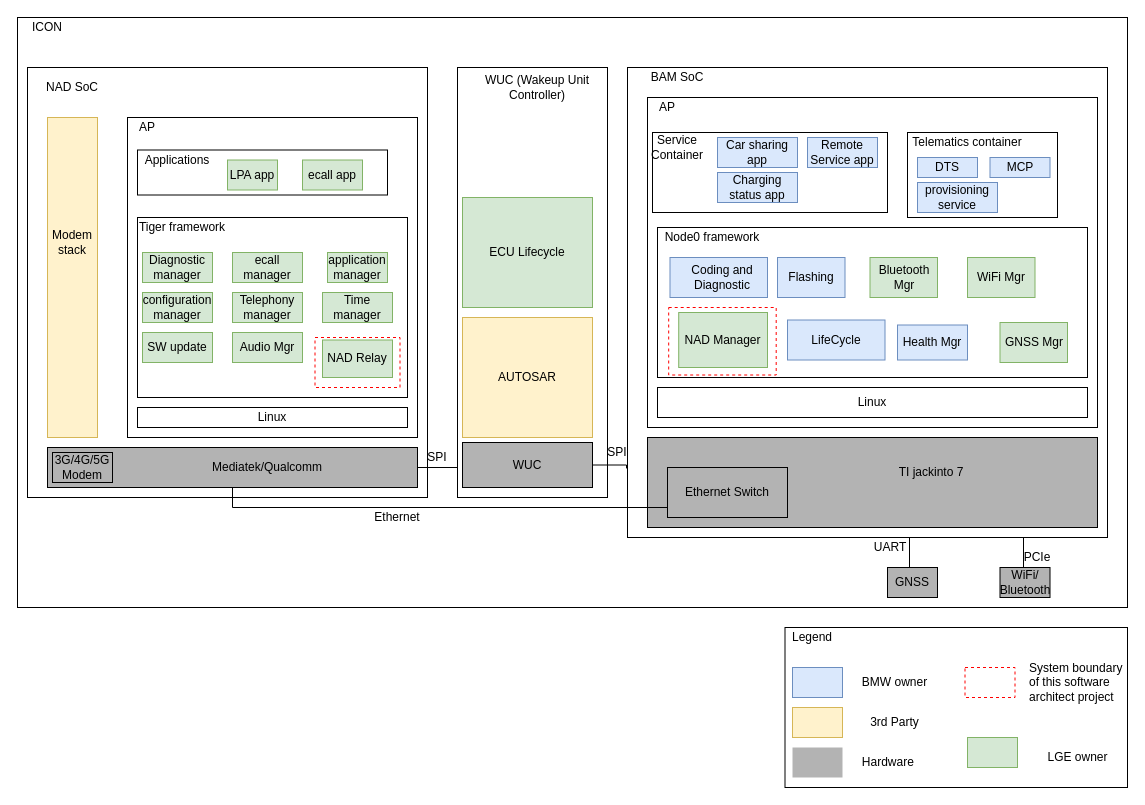
Above: page "System_overview" (1 of 5) of doc/SA cert/Design/system_context.drawio in taikt/codefun (draw.io), before the change. Source tidied: cells renumbered, new cells numbered last; positions are measured from the earlier drawing's top-left corner, leaving out a move shared by most shapes. Both pictures are drawn from the tidied source at 100%, with x=0, y=0 at pixel (17, 17).
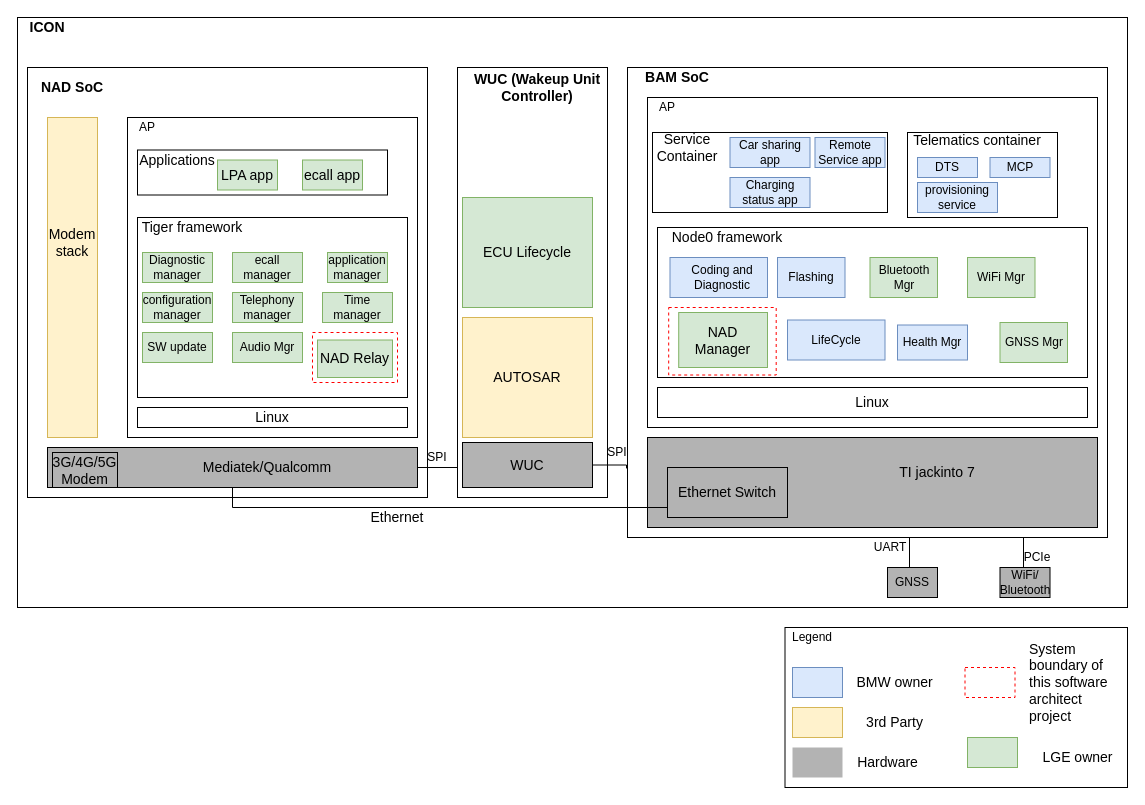
After the change.

Change to the diagram source:
```diff
@@
-    <mxCell id="4" value="NAD SoC" style="text;html=1;strokeColor=none;fillColor=none;align=center;verticalAlign=middle;whiteSpace=wrap;rounded=0;" parent="1" vertex="1">
+    <mxCell id="4" value="&lt;font style=&quot;font-size: 14px&quot;&gt;&lt;b&gt;NAD SoC&lt;/b&gt;&lt;/font&gt;" style="text;html=1;strokeColor=none;fillColor=none;align=center;verticalAlign=middle;whiteSpace=wrap;rounded=0;" parent="1" vertex="1">
       <mxGeometry x="20" y="60" width="70" height="20" as="geometry" />
     </mxCell>
@@
-    <mxCell id="6" value="WUC (Wakeup Unit Controller)" style="text;html=1;strokeColor=none;fillColor=none;align=center;verticalAlign=middle;whiteSpace=wrap;rounded=0;" parent="1" vertex="1">
+    <mxCell id="6" value="&lt;font style=&quot;font-size: 14px&quot;&gt;&lt;b&gt;WUC (Wakeup Unit Controller)&lt;/b&gt;&lt;/font&gt;" style="text;html=1;strokeColor=none;fillColor=none;align=center;verticalAlign=middle;whiteSpace=wrap;rounded=0;" parent="1" vertex="1">
       <mxGeometry x="450" y="60" width="140" height="20" as="geometry" />
     </mxCell>
@@
-    <mxCell id="8" value="BAM SoC" style="text;html=1;strokeColor=none;fillColor=none;align=center;verticalAlign=middle;whiteSpace=wrap;rounded=0;" parent="1" vertex="1">
+    <mxCell id="8" value="&lt;font style=&quot;font-size: 14px&quot;&gt;&lt;b&gt;BAM SoC&lt;/b&gt;&lt;/font&gt;" style="text;html=1;strokeColor=none;fillColor=none;align=center;verticalAlign=middle;whiteSpace=wrap;rounded=0;" parent="1" vertex="1">
       <mxGeometry x="620" y="50" width="80" height="20" as="geometry" />
     </mxCell>
@@
-    <mxCell id="10" value="Modem&lt;br&gt;stack" style="text;html=1;strokeColor=none;fillColor=none;align=center;verticalAlign=middle;whiteSpace=wrap;rounded=0;" parent="1" vertex="1">
+    <mxCell id="10" value="&lt;font style=&quot;font-size: 14px&quot;&gt;Modem&lt;br&gt;stack&lt;/font&gt;" style="text;html=1;strokeColor=none;fillColor=none;align=center;verticalAlign=middle;whiteSpace=wrap;rounded=0;" parent="1" vertex="1">
       <mxGeometry x="35" y="215" width="40" height="20" as="geometry" />
     </mxCell>
@@
-    <mxCell id="15" value="Linux" style="rounded=0;whiteSpace=wrap;html=1;" parent="1" vertex="1">
+    <mxCell id="15" value="&lt;font style=&quot;font-size: 14px&quot;&gt;Linux&lt;/font&gt;" style="rounded=0;whiteSpace=wrap;html=1;" parent="1" vertex="1">
       <mxGeometry x="120" y="390" width="270" height="20" as="geometry" />
     </mxCell>
-    <mxCell id="16" value="ECU Lifecycle" style="rounded=0;whiteSpace=wrap;html=1;fillColor=#d5e8d4;strokeColor=#82b366;" parent="1" vertex="1">
+    <mxCell id="16" value="&lt;font style=&quot;font-size: 14px&quot;&gt;ECU Lifecycle&lt;/font&gt;" style="rounded=0;whiteSpace=wrap;html=1;fillColor=#d5e8d4;strokeColor=#82b366;" parent="1" vertex="1">
       <mxGeometry x="445" y="180" width="130" height="110" as="geometry" />
     </mxCell>
-    <mxCell id="17" value="AUTOSAR" style="rounded=0;whiteSpace=wrap;html=1;fillColor=#fff2cc;strokeColor=#d6b656;" parent="1" vertex="1">
+    <mxCell id="17" value="&lt;font style=&quot;font-size: 14px&quot;&gt;AUTOSAR&lt;/font&gt;" style="rounded=0;whiteSpace=wrap;html=1;fillColor=#fff2cc;strokeColor=#d6b656;" parent="1" vertex="1">
       <mxGeometry x="445" y="300" width="130" height="120" as="geometry" />
     </mxCell>
@@
-    <mxCell id="22" value="Linux" style="rounded=0;whiteSpace=wrap;html=1;" parent="1" vertex="1">
+    <mxCell id="22" value="&lt;font style=&quot;font-size: 14px&quot;&gt;Linux&lt;/font&gt;" style="rounded=0;whiteSpace=wrap;html=1;" parent="1" vertex="1">
       <mxGeometry x="640" y="370" width="430" height="30" as="geometry" />
     </mxCell>
@@
-    <mxCell id="24" value="ICON" style="text;html=1;strokeColor=none;fillColor=none;align=center;verticalAlign=middle;whiteSpace=wrap;rounded=0;" parent="1" vertex="1">
+    <mxCell id="24" value="&lt;font style=&quot;font-size: 14px&quot;&gt;&lt;b&gt;ICON&lt;/b&gt;&lt;/font&gt;" style="text;html=1;strokeColor=none;fillColor=none;align=center;verticalAlign=middle;whiteSpace=wrap;rounded=0;" parent="1" vertex="1">
       <mxGeometry x="10" width="40" height="20" as="geometry" />
     </mxCell>
-    <mxCell id="25" value="LPA app" style="rounded=0;whiteSpace=wrap;html=1;fillColor=#d5e8d4;strokeColor=#82b366;" parent="1" vertex="1">
-      <mxGeometry x="210" y="142.5" width="50" height="30" as="geometry" />
+    <mxCell id="25" value="&lt;font style=&quot;font-size: 14px&quot;&gt;LPA app&lt;/font&gt;" style="rounded=0;whiteSpace=wrap;html=1;fillColor=#d5e8d4;strokeColor=#82b366;" parent="1" vertex="1">
+      <mxGeometry x="200" y="142.5" width="60" height="30" as="geometry" />
     </mxCell>
-    <mxCell id="26" value="ecall app" style="rounded=0;whiteSpace=wrap;html=1;fillColor=#d5e8d4;strokeColor=#82b366;" parent="1" vertex="1">
+    <mxCell id="26" value="&lt;font style=&quot;font-size: 14px&quot;&gt;ecall app&lt;/font&gt;" style="rounded=0;whiteSpace=wrap;html=1;fillColor=#d5e8d4;strokeColor=#82b366;" parent="1" vertex="1">
       <mxGeometry x="285" y="142.5" width="60" height="30" as="geometry" />
     </mxCell>
-    <mxCell id="27" value="Tiger framework" style="text;html=1;strokeColor=none;fillColor=none;align=center;verticalAlign=middle;whiteSpace=wrap;rounded=0;" parent="1" vertex="1">
-      <mxGeometry x="110" y="200" width="110" height="20" as="geometry" />
+    <mxCell id="27" value="&lt;font style=&quot;font-size: 14px&quot;&gt;Tiger framework&lt;/font&gt;" style="text;html=1;strokeColor=none;fillColor=none;align=center;verticalAlign=middle;whiteSpace=wrap;rounded=0;" parent="1" vertex="1">
+      <mxGeometry x="120" y="200" width="110" height="20" as="geometry" />
     </mxCell>
@@
-    <mxCell id="32" value="NAD Relay" style="rounded=0;whiteSpace=wrap;html=1;fillColor=#d5e8d4;strokeColor=#82b366;" parent="1" vertex="1">
-      <mxGeometry x="305" y="322.5" width="70" height="37.5" as="geometry" />
+    <mxCell id="32" value="&lt;font style=&quot;font-size: 14px&quot;&gt;NAD Relay&lt;/font&gt;" style="rounded=0;whiteSpace=wrap;html=1;fillColor=#d5e8d4;strokeColor=#82b366;" parent="1" vertex="1">
+      <mxGeometry x="300" y="322.5" width="75" height="37.5" as="geometry" />
     </mxCell>
     <mxCell id="33" value="Car sharing app" style="rounded=0;whiteSpace=wrap;html=1;fillColor=#dae8fc;strokeColor=#6c8ebf;" parent="1" vertex="1">
-      <mxGeometry x="700" y="120" width="80" height="30" as="geometry" />
+      <mxGeometry x="712.5" y="120" width="80" height="30" as="geometry" />
     </mxCell>
     <mxCell id="34" value="Remote Service app" style="rounded=0;whiteSpace=wrap;html=1;fillColor=#dae8fc;strokeColor=#6c8ebf;" parent="1" vertex="1">
-      <mxGeometry x="790" y="120" width="70" height="30" as="geometry" />
+      <mxGeometry x="797.5" y="120" width="70" height="30" as="geometry" />
     </mxCell>
     <mxCell id="35" value="Charging status app" style="rounded=0;whiteSpace=wrap;html=1;fillColor=#dae8fc;strokeColor=#6c8ebf;" parent="1" vertex="1">
-      <mxGeometry x="700" y="155" width="80" height="30" as="geometry" />
+      <mxGeometry x="712.5" y="160" width="80" height="30" as="geometry" />
     </mxCell>
-    <mxCell id="36" value="Service Container" style="text;html=1;strokeColor=none;fillColor=none;align=center;verticalAlign=middle;whiteSpace=wrap;rounded=0;" parent="1" vertex="1">
-      <mxGeometry x="640" y="120" width="40" height="20" as="geometry" />
+    <mxCell id="36" value="&lt;font style=&quot;font-size: 14px&quot;&gt;Service Container&lt;/font&gt;" style="text;html=1;strokeColor=none;fillColor=none;align=center;verticalAlign=middle;whiteSpace=wrap;rounded=0;" parent="1" vertex="1">
+      <mxGeometry x="650" y="120" width="40" height="20" as="geometry" />
     </mxCell>
@@
-    <mxCell id="38" value="Telematics container" style="text;html=1;strokeColor=none;fillColor=none;align=center;verticalAlign=middle;whiteSpace=wrap;rounded=0;" parent="1" vertex="1">
-      <mxGeometry x="890" y="115" width="120" height="20" as="geometry" />
+    <mxCell id="38" value="&lt;font style=&quot;font-size: 14px&quot;&gt;Telematics container&lt;/font&gt;" style="text;html=1;strokeColor=none;fillColor=none;align=center;verticalAlign=middle;whiteSpace=wrap;rounded=0;" parent="1" vertex="1">
+      <mxGeometry x="890" y="112.5" width="140" height="20" as="geometry" />
     </mxCell>
-    <mxCell id="39" value="Node0 framework" style="text;html=1;strokeColor=none;fillColor=none;align=center;verticalAlign=middle;whiteSpace=wrap;rounded=0;" parent="1" vertex="1">
-      <mxGeometry x="640" y="210" width="110" height="20" as="geometry" />
+    <mxCell id="39" value="&lt;font style=&quot;font-size: 14px&quot;&gt;Node0 framework&lt;/font&gt;" style="text;html=1;strokeColor=none;fillColor=none;align=center;verticalAlign=middle;whiteSpace=wrap;rounded=0;" parent="1" vertex="1">
+      <mxGeometry x="640" y="210" width="140" height="20" as="geometry" />
     </mxCell>
@@
-    <mxCell id="43" value="NAD Manager" style="rounded=0;whiteSpace=wrap;html=1;fillColor=#d5e8d4;strokeColor=#82b366;" parent="1" vertex="1">
+    <mxCell id="43" value="&lt;font style=&quot;font-size: 14px&quot;&gt;NAD Manager&lt;/font&gt;" style="rounded=0;whiteSpace=wrap;html=1;fillColor=#d5e8d4;strokeColor=#82b366;" parent="1" vertex="1">
       <mxGeometry x="661.2" y="295" width="88.8" height="55" as="geometry" />
     </mxCell>
@@
-    <mxCell id="46" value="Mediatek/Qualcomm" style="text;html=1;strokeColor=none;fillColor=none;align=center;verticalAlign=middle;whiteSpace=wrap;rounded=0;" parent="1" vertex="1">
+    <mxCell id="46" value="&lt;font style=&quot;font-size: 14px&quot;&gt;Mediatek/Qualcomm&lt;/font&gt;" style="text;html=1;strokeColor=none;fillColor=none;align=center;verticalAlign=middle;whiteSpace=wrap;rounded=0;" parent="1" vertex="1">
       <mxGeometry x="230" y="440" width="40" height="20" as="geometry" />
     </mxCell>
-    <mxCell id="47" value="3G/4G/5G Modem" style="rounded=0;whiteSpace=wrap;html=1;fillColor=#B3B3B3;" parent="1" vertex="1">
-      <mxGeometry x="35" y="435" width="60" height="30" as="geometry" />
+    <mxCell id="47" value="&lt;font style=&quot;font-size: 14px&quot;&gt;3G/4G/5G Modem&lt;/font&gt;" style="rounded=0;whiteSpace=wrap;html=1;fillColor=#B3B3B3;" parent="1" vertex="1">
+      <mxGeometry x="35" y="435" width="65" height="35" as="geometry" />
     </mxCell>
-    <mxCell id="48" value="Ethernet Switch" style="rounded=0;whiteSpace=wrap;html=1;fillColor=#B3B3B3;" parent="1" vertex="1">
+    <mxCell id="48" value="&lt;font style=&quot;font-size: 14px&quot;&gt;Ethernet Switch&lt;/font&gt;" style="rounded=0;whiteSpace=wrap;html=1;fillColor=#B3B3B3;" parent="1" vertex="1">
       <mxGeometry x="650" y="450" width="120" height="50" as="geometry" />
     </mxCell>
-    <mxCell id="49" value="TI jackinto 7" style="text;html=1;strokeColor=none;fillColor=none;align=center;verticalAlign=middle;whiteSpace=wrap;rounded=0;" parent="1" vertex="1">
-      <mxGeometry x="880" y="445" width="67.5" height="20" as="geometry" />
+    <mxCell id="49" value="&lt;font style=&quot;font-size: 14px&quot;&gt;TI jackinto 7&lt;/font&gt;" style="text;html=1;strokeColor=none;fillColor=none;align=center;verticalAlign=middle;whiteSpace=wrap;rounded=0;" parent="1" vertex="1">
+      <mxGeometry x="880" y="445" width="80" height="20" as="geometry" />
     </mxCell>
@@
-    <mxCell id="55" value="WUC" style="rounded=0;whiteSpace=wrap;html=1;fillColor=#B3B3B3;" parent="1" vertex="1">
+    <mxCell id="55" value="&lt;font style=&quot;font-size: 14px&quot;&gt;WUC&lt;/font&gt;" style="rounded=0;whiteSpace=wrap;html=1;fillColor=#B3B3B3;" parent="1" vertex="1">
       <mxGeometry x="445" y="425" width="130" height="45" as="geometry" />
     </mxCell>
@@
-    <mxCell id="69" value="Applications" style="text;html=1;strokeColor=none;fillColor=none;align=center;verticalAlign=middle;whiteSpace=wrap;rounded=0;" parent="1" vertex="1">
+    <mxCell id="69" value="&lt;font style=&quot;font-size: 14px&quot;&gt;Applications&lt;/font&gt;" style="text;html=1;strokeColor=none;fillColor=none;align=center;verticalAlign=middle;whiteSpace=wrap;rounded=0;" parent="1" vertex="1">
       <mxGeometry x="140" y="132.5" width="40" height="20" as="geometry" />
     </mxCell>
-    <mxCell id="70" value="Ethernet" style="text;html=1;strokeColor=none;fillColor=none;align=center;verticalAlign=middle;whiteSpace=wrap;rounded=0;" parent="1" vertex="1">
+    <mxCell id="70" value="&lt;font style=&quot;font-size: 14px&quot;&gt;Ethernet&lt;/font&gt;" style="text;html=1;strokeColor=none;fillColor=none;align=center;verticalAlign=middle;whiteSpace=wrap;rounded=0;" parent="1" vertex="1">
       <mxGeometry x="360" y="490" width="40" height="20" as="geometry" />
     </mxCell>
@@
     <mxCell id="75" style="rounded=0;whiteSpace=wrap;html=1;fillColor=none;dashed=1;strokeColor=#FF0000;" parent="1" vertex="1">
-      <mxGeometry x="297.5" y="320" width="85" height="50" as="geometry" />
+      <mxGeometry x="295" y="315" width="85" height="50" as="geometry" />
     </mxCell>
@@
-    <mxCell id="83" value="BMW owner" style="text;html=1;strokeColor=none;fillColor=none;align=center;verticalAlign=middle;whiteSpace=wrap;rounded=0;dashed=1;" parent="1" vertex="1">
+    <mxCell id="83" value="&lt;font style=&quot;font-size: 14px&quot;&gt;BMW owner&lt;/font&gt;" style="text;html=1;strokeColor=none;fillColor=none;align=center;verticalAlign=middle;whiteSpace=wrap;rounded=0;dashed=1;" parent="1" vertex="1">
       <mxGeometry x="835" y="655" width="85" height="20" as="geometry" />
     </mxCell>
-    <mxCell id="84" value="LGE owner" style="text;html=1;strokeColor=none;fillColor=none;align=center;verticalAlign=middle;whiteSpace=wrap;rounded=0;dashed=1;" parent="1" vertex="1">
+    <mxCell id="84" value="&lt;font style=&quot;font-size: 14px&quot;&gt;LGE owner&lt;/font&gt;" style="text;html=1;strokeColor=none;fillColor=none;align=center;verticalAlign=middle;whiteSpace=wrap;rounded=0;dashed=1;" parent="1" vertex="1">
       <mxGeometry x="1017.5" y="730" width="85" height="20" as="geometry" />
     </mxCell>
-    <mxCell id="85" value="3rd Party" style="text;html=1;strokeColor=none;fillColor=none;align=center;verticalAlign=middle;whiteSpace=wrap;rounded=0;dashed=1;" parent="1" vertex="1">
+    <mxCell id="85" value="&lt;font style=&quot;font-size: 14px&quot;&gt;3rd Party&lt;/font&gt;" style="text;html=1;strokeColor=none;fillColor=none;align=center;verticalAlign=middle;whiteSpace=wrap;rounded=0;dashed=1;" parent="1" vertex="1">
       <mxGeometry x="835" y="695" width="85" height="20" as="geometry" />
     </mxCell>
-    <mxCell id="86" value="Hardware&amp;nbsp;" style="text;html=1;strokeColor=none;fillColor=none;align=center;verticalAlign=middle;whiteSpace=wrap;rounded=0;dashed=1;" parent="1" vertex="1">
+    <mxCell id="86" value="&lt;font style=&quot;font-size: 14px&quot;&gt;Hardware&amp;nbsp;&lt;/font&gt;" style="text;html=1;strokeColor=none;fillColor=none;align=center;verticalAlign=middle;whiteSpace=wrap;rounded=0;dashed=1;" parent="1" vertex="1">
       <mxGeometry x="830" y="735" width="85" height="20" as="geometry" />
     </mxCell>
-    <mxCell id="87" value="System boundary of this software architect project" style="text;html=1;strokeColor=none;fillColor=none;align=left;verticalAlign=middle;whiteSpace=wrap;rounded=0;dashed=1;" parent="1" vertex="1">
+    <mxCell id="87" value="&lt;font style=&quot;font-size: 14px&quot;&gt;System boundary of this software architect project&lt;/font&gt;" style="text;html=1;strokeColor=none;fillColor=none;align=left;verticalAlign=middle;whiteSpace=wrap;rounded=0;dashed=1;" parent="1" vertex="1">
       <mxGeometry x="1010" y="655" width="100" height="20" as="geometry" />
     </mxCell>
```
